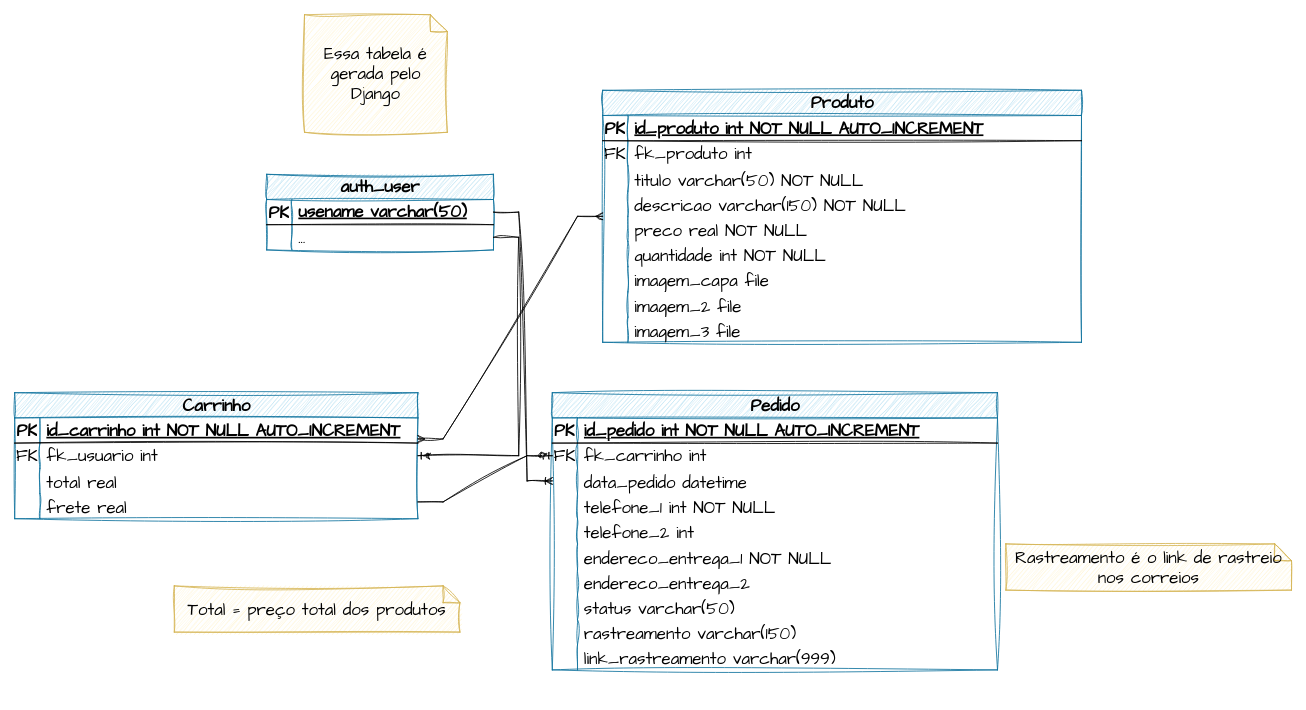
rafaelngoncalves5/classewatches keeps this draw.io diagram as docs/DER.drawio. Above is the earlier version. Source tidied: cells renumbered, new cells numbered last; positions are measured from the earlier drawing's top-left corner, leaving out a move shared by most shapes. Both pictures are drawn from the tidied source at 84%, with x=0, y=0 at pixel (14, 14).
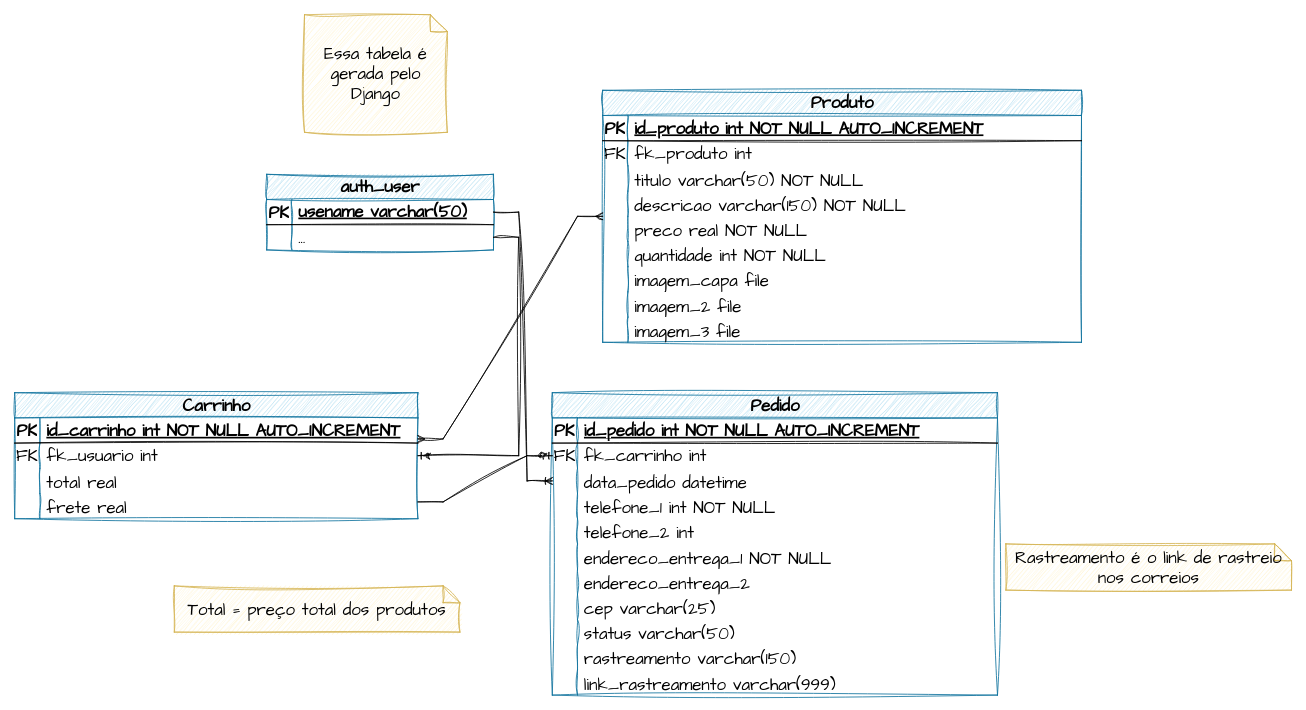
Above is the later version.

What changed in the source:
```diff
@@
     <mxCell id="37" value="Pedido" style="shape=table;startSize=30;childLayout=tableLayout;rowLines=0;fontStyle=1;align=center;html=1;sketch=1;hachureGap=4;jiggle=2;curveFitting=1;fontFamily=Architects Daughter;fontSize=20;fillColor=#b1ddf0;strokeColor=#10739e;" parent="1" vertex="1">
-      <mxGeometry x="640" y="450" width="530" height="330" as="geometry" />
+      <mxGeometry x="640" y="450" width="530" height="360" as="geometry" />
     </mxCell>
@@
+    <mxCell id="90" style="shape=tableRow;horizontal=0;startSize=0;swimlaneHead=0;swimlaneBody=0;fillColor=none;top=0;left=0;right=0;bottom=0;sketch=1;hachureGap=4;jiggle=2;curveFitting=1;fontFamily=Architects Daughter;fontSize=20;" parent="37" vertex="1">
+      <mxGeometry y="240" width="530" height="30" as="geometry" />
+    </mxCell>
+    <mxCell id="91" style="shape=partialRectangle;fillColor=none;top=0;left=0;bottom=0;right=0;overflow=hidden;sketch=1;hachureGap=4;jiggle=2;curveFitting=1;fontFamily=Architects Daughter;fontSize=20;" parent="90" vertex="1">
+      <mxGeometry width="30" height="30" as="geometry" />
+    </mxCell>
+    <mxCell id="92" value="cep varchar(25)" style="shape=partialRectangle;fillColor=none;top=0;left=0;bottom=0;right=0;align=left;spacingLeft=6;overflow=hidden;sketch=1;hachureGap=4;jiggle=2;curveFitting=1;fontFamily=Architects Daughter;fontSize=20;" parent="90" vertex="1">
+      <mxGeometry x="30" width="500" height="30" as="geometry" />
+    </mxCell>
     <mxCell id="59" style="shape=tableRow;horizontal=0;startSize=0;swimlaneHead=0;swimlaneBody=0;fillColor=none;top=0;left=0;right=0;bottom=0;sketch=1;hachureGap=4;jiggle=2;curveFitting=1;fontFamily=Architects Daughter;fontSize=20;" parent="37" vertex="1">
-      <mxGeometry y="240" width="530" height="30" as="geometry" />
+      <mxGeometry y="270" width="530" height="30" as="geometry" />
     </mxCell>
@@
     <mxCell id="62" style="shape=tableRow;horizontal=0;startSize=0;swimlaneHead=0;swimlaneBody=0;fillColor=none;top=0;left=0;right=0;bottom=0;sketch=1;hachureGap=4;jiggle=2;curveFitting=1;fontFamily=Architects Daughter;fontSize=20;" parent="37" vertex="1">
-      <mxGeometry y="270" width="530" height="30" as="geometry" />
+      <mxGeometry y="300" width="530" height="30" as="geometry" />
     </mxCell>
@@
     <mxCell id="65" style="shape=tableRow;horizontal=0;startSize=0;swimlaneHead=0;swimlaneBody=0;fillColor=none;top=0;left=0;right=0;bottom=0;sketch=1;hachureGap=4;jiggle=2;curveFitting=1;fontFamily=Architects Daughter;fontSize=20;" parent="37" vertex="1">
-      <mxGeometry y="300" width="530" height="30" as="geometry" />
+      <mxGeometry y="330" width="530" height="30" as="geometry" />
     </mxCell>
```
